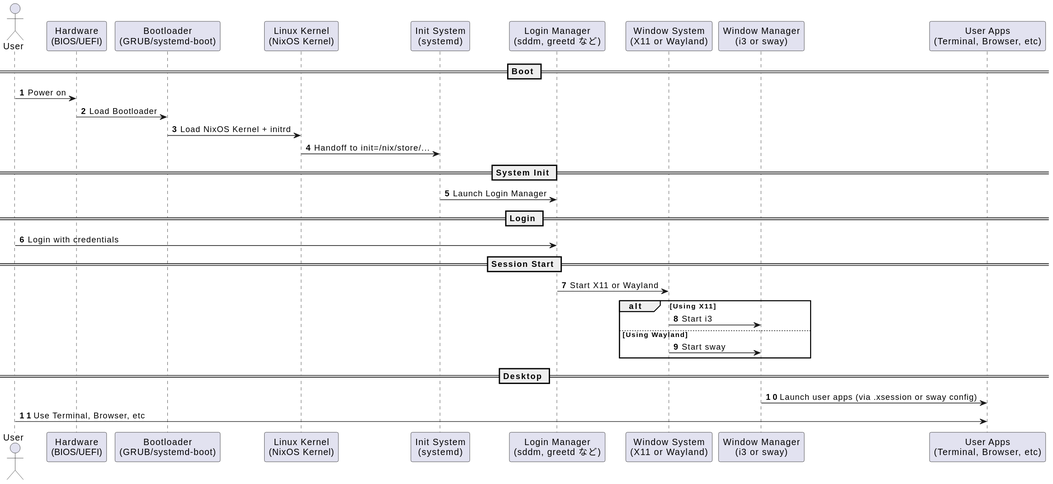
The PlantUML diagram out/it_pc_layer1.svg in coacoa/images, before a commit.
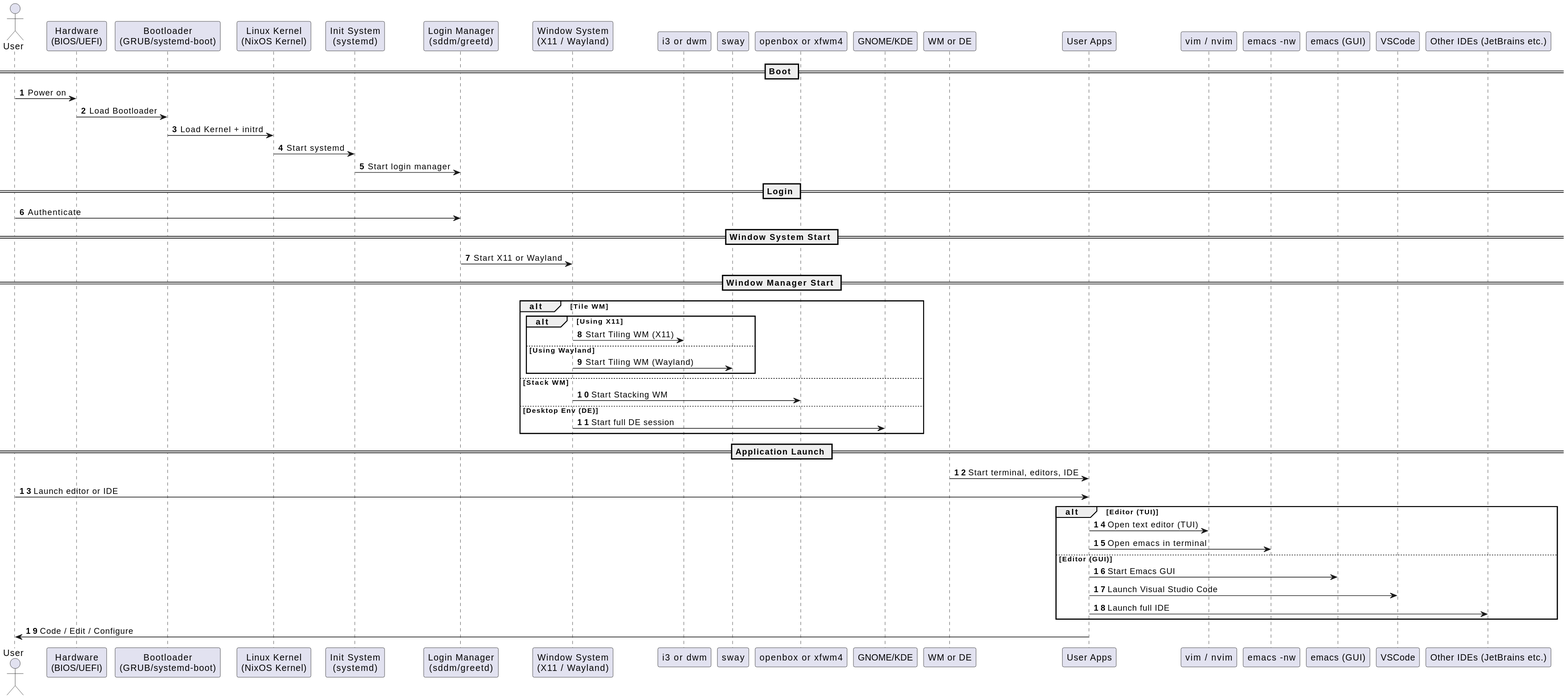
Later version of the same file.

The edit, as a diff of the source:
```diff
@@ -7,32 +7,48 @@
 participant "Bootloader\n(GRUB/systemd-boot)" as BL
 participant "Linux Kernel\n(NixOS Kernel)" as Kernel
 participant "Init System\n(systemd)" as Init
-participant "Login Manager\n(sddm, greetd など)" as LoginMgr
-participant "Window System\n(X11 or Wayland)" as WinSys
-participant "Window Manager\n(i3 or sway)" as WM
-participant "User Apps\n(Terminal, Browser, etc)" as App
+participant "Login Manager\n(sddm/greetd)" as LoginMgr
+participant "Window System\n(X11 / Wayland)" as WinSys
 
 == Boot ==
 User -> HW : Power on
 HW -> BL : Load Bootloader
-BL -> Kernel : Load NixOS Kernel + initrd
-Kernel -> Init : Handoff to init=/nix/store/...
-
-== System Init ==
-Init -> LoginMgr : Launch Login Manager
+BL -> Kernel : Load Kernel + initrd
+Kernel -> Init : Start systemd
+Init -> LoginMgr : Start login manager
 
 == Login ==
-User -> LoginMgr : Login with credentials
+User -> LoginMgr : Authenticate
 
-== Session Start ==
+== Window System Start ==
 LoginMgr -> WinSys : Start X11 or Wayland
-alt Using X11
-    WinSys -> WM : Start i3
-else Using Wayland
-    WinSys -> WM : Start sway
+
+== Window Manager Start ==
+
+alt Tile WM
+    alt Using X11
+        WinSys -> "i3 or dwm" : Start Tiling WM (X11)
+    else Using Wayland
+        WinSys -> "sway" : Start Tiling WM (Wayland)
+    end
+else Stack WM
+    WinSys -> "openbox or xfwm4" : Start Stacking WM
+else Desktop Env (DE)
+    WinSys -> "GNOME/KDE" : Start full DE session
 end
 
-== Desktop ==
-WM -> App : Launch user apps (via .xsession or sway config)
-User -> App : Use Terminal, Browser, etc
+== Application Launch ==
+"WM or DE" -> "User Apps" : Start terminal, editors, IDE
+User -> "User Apps" : Launch editor or IDE
+
+alt Editor (TUI)
+    "User Apps" -> "vim / nvim" : Open text editor (TUI)
+    "User Apps" -> "emacs -nw" : Open emacs in terminal
+else Editor (GUI)
+    "User Apps" -> "emacs (GUI)" : Start Emacs GUI
+    "User Apps" -> "VSCode" : Launch Visual Studio Code
+    "User Apps" -> "Other IDEs (JetBrains etc.)" : Launch full IDE
+end
+
+"User Apps" -> User : Code / Edit / Configure
 @enduml
```
